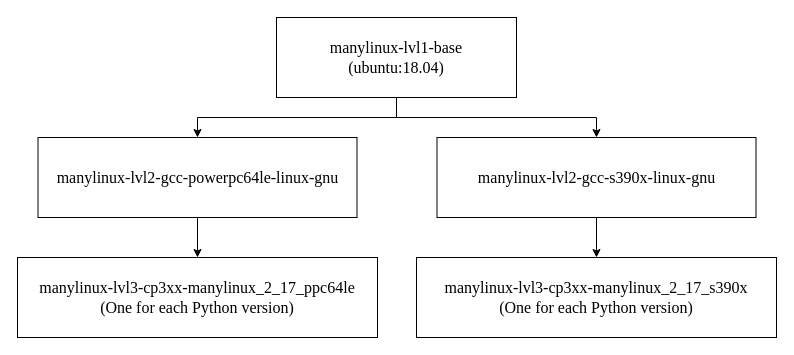
andreslilloortiz/pookie keeps this draw.io diagram as page "manylinux-part2" (3 of 5) of images/Docker_layer_graph.drawio. Above is the earlier version. Source tidied: cells renumbered, new cells numbered last; positions are measured from the earlier drawing's top-left corner, leaving out a move shared by most shapes. Both pictures are drawn from the tidied source at 100%, with x=0, y=0 at pixel (17, 17).
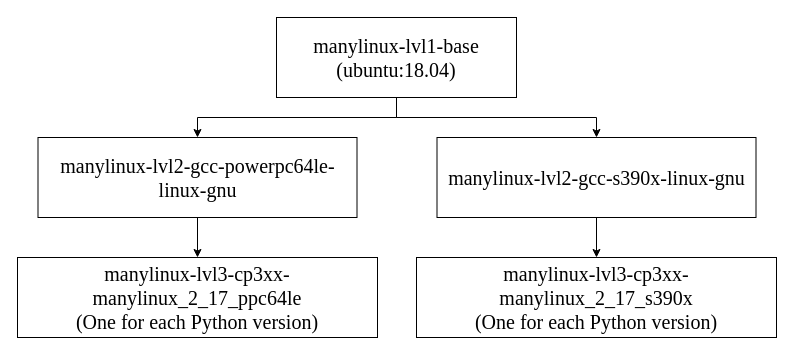
Above is the later version.

What changed in the source:
```diff
@@
 <mxGraphModel>
   <root>
     <mxCell id="0" />
     <mxCell id="1" parent="0" />
-    <mxCell id="2" value="&lt;font&gt;manylinux-lvl1-base&lt;/font&gt;&lt;div&gt;&lt;font&gt;(ubuntu:18.04)&lt;/font&gt;&lt;/div&gt;" style="rounded=0;whiteSpace=wrap;html=1;fontSize=16;gradientColor=none;fillColor=default;strokeColor=default;fontFamily=Times New Roman;" parent="1" vertex="1">
+    <mxCell id="2" value="&lt;font&gt;manylinux-lvl1-base&lt;/font&gt;&lt;div&gt;&lt;font&gt;(ubuntu:18.04)&lt;/font&gt;&lt;/div&gt;" style="rounded=0;whiteSpace=wrap;html=1;fontSize=20;gradientColor=none;fillColor=default;strokeColor=default;fontFamily=Times New Roman;" parent="1" vertex="1">
       <mxGeometry x="259" width="240" height="80" as="geometry" />
     </mxCell>
-    <mxCell id="3" value="&lt;font&gt;manylinux-lvl2-gcc-powerpc64le-linux-gnu&lt;/font&gt;" style="rounded=0;whiteSpace=wrap;html=1;strokeColor=default;fontSize=16;fontColor=default;fontFamily=Times New Roman;" parent="1" vertex="1">
+    <mxCell id="3" value="&lt;font&gt;manylinux-lvl2-gcc-powerpc64le-linux-gnu&lt;/font&gt;" style="rounded=0;whiteSpace=wrap;html=1;strokeColor=default;fontSize=20;fontColor=default;fontFamily=Times New Roman;" parent="1" vertex="1">
       <mxGeometry x="20.5" y="120" width="319" height="80" as="geometry" />
     </mxCell>
-    <mxCell id="4" value="&lt;font&gt;manylinux-&lt;span style=&quot;&quot;&gt;lvl3&lt;/span&gt;-&lt;span style=&quot;&quot;&gt;cp3xx-manylinux_2_17&lt;/span&gt;&lt;/font&gt;_ppc64le&lt;div&gt;&lt;font&gt;(One for each Python version)&lt;/font&gt;&lt;/div&gt;" style="rounded=0;whiteSpace=wrap;html=1;strokeColor=default;fontSize=16;fontColor=default;fontFamily=Times New Roman;" parent="1" vertex="1">
+    <mxCell id="4" value="&lt;font&gt;manylinux-&lt;span&gt;lvl3&lt;/span&gt;-&lt;span&gt;cp3xx-manylinux_2_17&lt;/span&gt;&lt;/font&gt;_ppc64le&lt;div&gt;&lt;font&gt;(One for each Python version)&lt;/font&gt;&lt;/div&gt;" style="rounded=0;whiteSpace=wrap;html=1;strokeColor=default;fontSize=20;fontColor=default;fontFamily=Times New Roman;" parent="1" vertex="1">
       <mxGeometry y="240" width="360" height="80" as="geometry" />
     </mxCell>
-    <mxCell id="5" style="edgeStyle=orthogonalEdgeStyle;rounded=0;jettySize=auto;html=1;exitX=0.5;exitY=1;exitDx=0;exitDy=0;entryX=0.5;entryY=0;entryDx=0;entryDy=0;fontSize=16;fontColor=default;fontFamily=Times New Roman;" parent="1" edge="1" source="3" target="4">
+    <mxCell id="5" style="edgeStyle=orthogonalEdgeStyle;rounded=0;jettySize=auto;html=1;exitX=0.5;exitY=1;exitDx=0;exitDy=0;entryX=0.5;entryY=0;entryDx=0;entryDy=0;fontSize=20;fontColor=default;fontFamily=Times New Roman;" parent="1" edge="1" source="3" target="4">
       <mxGeometry relative="1" as="geometry" />
     </mxCell>
-    <mxCell id="6" style="edgeStyle=orthogonalEdgeStyle;rounded=0;jettySize=auto;html=1;exitX=0.5;exitY=1;exitDx=0;exitDy=0;entryX=0.5;entryY=0;entryDx=0;entryDy=0;fontSize=16;fontColor=default;fontFamily=Times New Roman;" parent="1" edge="1" source="2" target="3">
+    <mxCell id="6" style="edgeStyle=orthogonalEdgeStyle;rounded=0;jettySize=auto;html=1;exitX=0.5;exitY=1;exitDx=0;exitDy=0;entryX=0.5;entryY=0;entryDx=0;entryDy=0;fontSize=20;fontColor=default;fontFamily=Times New Roman;" parent="1" edge="1" source="2" target="3">
       <mxGeometry relative="1" as="geometry" />
     </mxCell>
-    <mxCell id="7" value="&lt;font&gt;manylinux-lvl2-gcc-s390x-linux-gnu&lt;/font&gt;" style="rounded=0;whiteSpace=wrap;html=1;strokeColor=default;fontSize=16;fontColor=default;fontFamily=Times New Roman;" parent="1" vertex="1">
+    <mxCell id="7" value="&lt;font&gt;manylinux-lvl2-gcc-s390x-linux-gnu&lt;/font&gt;" style="rounded=0;whiteSpace=wrap;html=1;strokeColor=default;fontSize=20;fontColor=default;fontFamily=Times New Roman;" parent="1" vertex="1">
       <mxGeometry x="419.5" y="120" width="319" height="80" as="geometry" />
     </mxCell>
-    <mxCell id="8" value="&lt;font&gt;manylinux-&lt;span style=&quot;&quot;&gt;lvl3&lt;/span&gt;-&lt;span style=&quot;&quot;&gt;cp3xx-manylinux_2_17&lt;/span&gt;&lt;/font&gt;_s390x&lt;div&gt;&lt;font&gt;(One for each Python version)&lt;/font&gt;&lt;/div&gt;" style="rounded=0;whiteSpace=wrap;html=1;strokeColor=default;fontSize=16;fontColor=default;fontFamily=Times New Roman;" parent="1" vertex="1">
+    <mxCell id="8" value="&lt;font&gt;manylinux-&lt;span&gt;lvl3&lt;/span&gt;-&lt;span&gt;cp3xx-manylinux_2_17&lt;/span&gt;&lt;/font&gt;_s390x&lt;div&gt;&lt;font&gt;(One for each Python version)&lt;/font&gt;&lt;/div&gt;" style="rounded=0;whiteSpace=wrap;html=1;strokeColor=default;fontSize=20;fontColor=default;fontFamily=Times New Roman;" parent="1" vertex="1">
       <mxGeometry x="399" y="240" width="360" height="80" as="geometry" />
     </mxCell>
-    <mxCell id="9" style="edgeStyle=orthogonalEdgeStyle;rounded=0;jettySize=auto;html=1;exitX=0.5;exitY=1;exitDx=0;exitDy=0;entryX=0.5;entryY=0;entryDx=0;entryDy=0;fontSize=16;fontColor=default;fontFamily=Times New Roman;" parent="1" edge="1" source="7" target="8">
+    <mxCell id="9" style="edgeStyle=orthogonalEdgeStyle;rounded=0;jettySize=auto;html=1;exitX=0.5;exitY=1;exitDx=0;exitDy=0;entryX=0.5;entryY=0;entryDx=0;entryDy=0;fontSize=20;fontColor=default;fontFamily=Times New Roman;" parent="1" edge="1" source="7" target="8">
       <mxGeometry relative="1" as="geometry" />
     </mxCell>
-    <mxCell id="10" style="edgeStyle=orthogonalEdgeStyle;rounded=0;jettySize=auto;html=1;exitX=0.5;exitY=1;exitDx=0;exitDy=0;entryX=0.5;entryY=0;entryDx=0;entryDy=0;fontSize=16;fontColor=default;fontFamily=Times New Roman;" parent="1" edge="1" source="2" target="7">
+    <mxCell id="10" style="edgeStyle=orthogonalEdgeStyle;rounded=0;jettySize=auto;html=1;exitX=0.5;exitY=1;exitDx=0;exitDy=0;entryX=0.5;entryY=0;entryDx=0;entryDy=0;fontSize=20;fontColor=default;fontFamily=Times New Roman;" parent="1" edge="1" source="2" target="7">
       <mxGeometry relative="1" as="geometry" />
     </mxCell>
   </root>
 </mxGraphModel>
```
